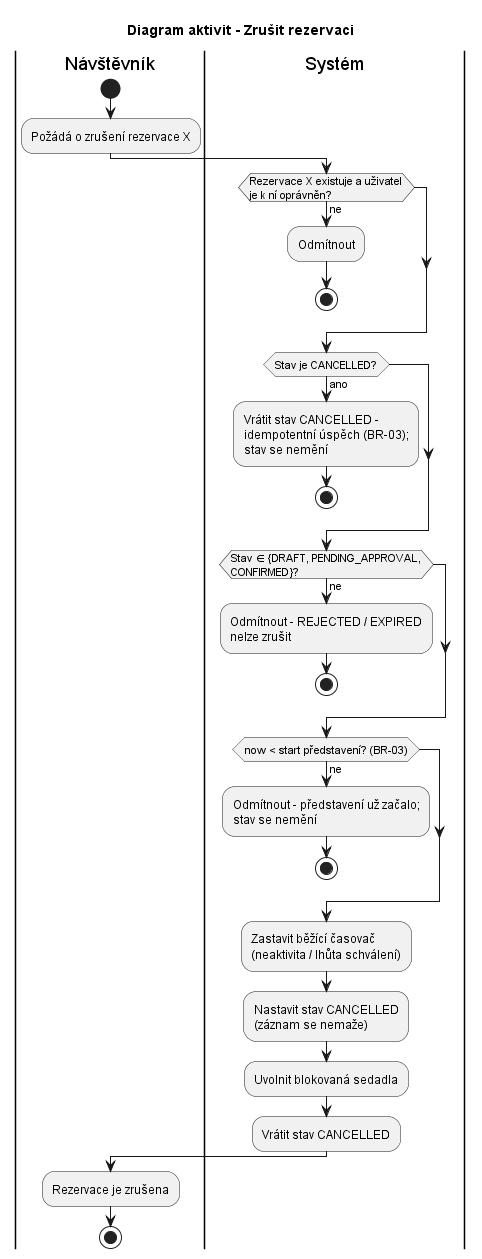
Before: docs/diagrams/c02/activity-op04-cancel.png, a diagram exported from PlantUML (jn-flk/SWI).
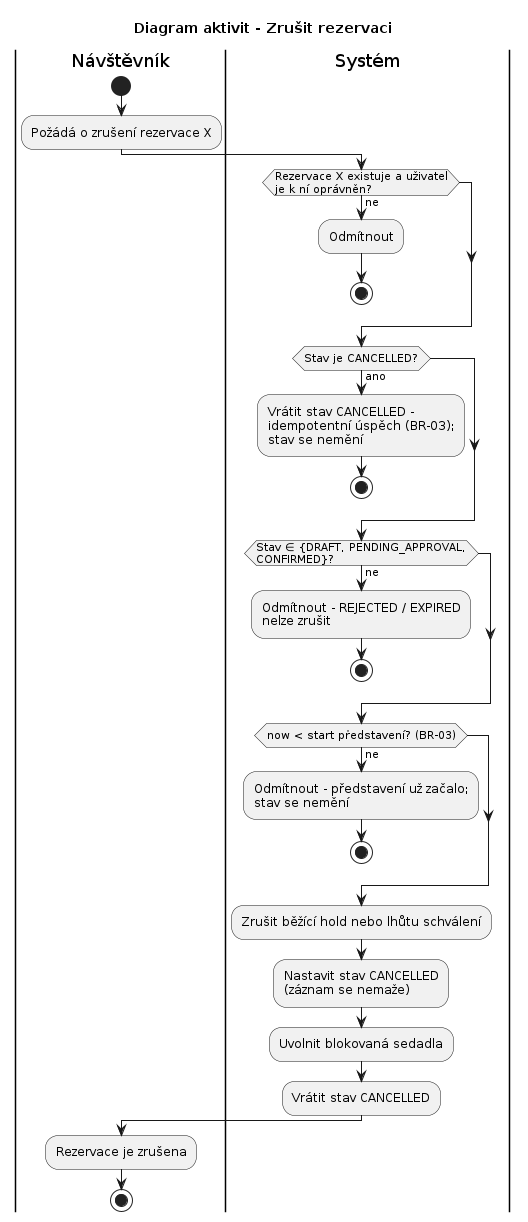
Above is the later version.

Change to the diagram source:
```diff
@@ -21,7 +21,7 @@
   :Odmítnout - představení už začalo;\nstav se nemění;
   stop
 endif
-:Zastavit běžící časovač\n(neaktivita / lhůta schválení);
+:Zrušit běžící hold nebo lhůtu schválení;
 :Nastavit stav CANCELLED\n(záznam se nemaže);
 :Uvolnit blokovaná sedadla;
 :Vrátit stav CANCELLED;
```
